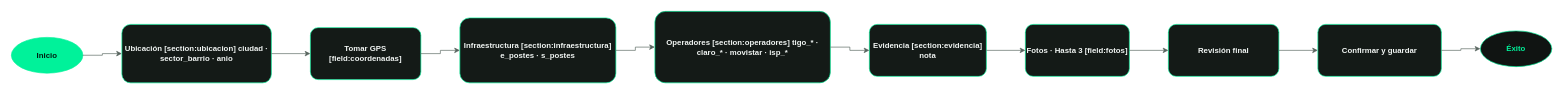
Before: page "Exploración" (2 of 4) of docs/FIBRAZO_Forms_Flujos.drawio in Femacchi12/fibrazo-forms, a draw.io diagram. Source tidied: cells renumbered, new cells numbered last; positions are measured from the earlier drawing's top-left corner, leaving out a move shared by most shapes. Both pictures are drawn from the tidied source at 65%, with x=0, y=0 at pixel (11, 11).
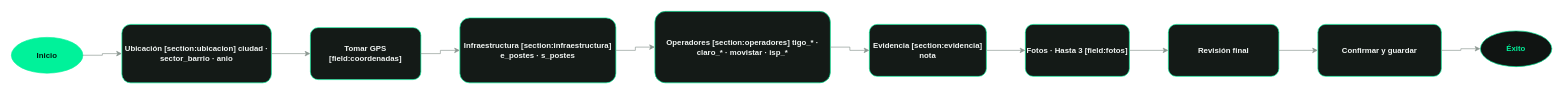
The same page after the edit.

Unchanged cells that the change refers to:
```xml
<mxCell id="2" value="Inicio" style="ellipse;whiteSpace=wrap;html=1;fillColor=#00f29a;strokeColor=#00f29a;fontColor=#001a10;fontStyle=1;" parent="1" vertex="1">
  <mxGeometry y="40" width="110" height="55" as="geometry" />
</mxCell>
<mxCell id="3" value="Ubicación&amp;#xa;[section:ubicacion]&amp;#xa;ciudad · sector_barrio · anio" style="rounded=1;whiteSpace=wrap;html=1;fillColor=#141a17;strokeColor=#00f29a;fontColor=#f3f7f5;fontStyle=1;" parent="1" vertex="1">
  <mxGeometry x="170" y="20" width="230" height="90" as="geometry" />
</mxCell>
<mxCell id="4" value="Tomar GPS&amp;#xa;[field:coordenadas]" style="rounded=1;whiteSpace=wrap;html=1;fillColor=#141a17;strokeColor=#00f29a;fontColor=#f3f7f5;fontStyle=1;" parent="1" vertex="1">
  <mxGeometry x="460" y="25" width="170" height="80" as="geometry" />
</mxCell>
<mxCell id="5" value="Infraestructura&amp;#xa;[section:infraestructura]&amp;#xa;e_postes · s_postes" style="rounded=1;whiteSpace=wrap;html=1;fillColor=#141a17;strokeColor=#00f29a;fontColor=#f3f7f5;fontStyle=1;" parent="1" vertex="1">
  <mxGeometry x="690" y="10" width="240" height="100" as="geometry" />
</mxCell>
<mxCell id="6" value="Operadores&amp;#xa;[section:operadores]&amp;#xa;tigo_* · claro_* · movistar · isp_*" style="rounded=1;whiteSpace=wrap;html=1;fillColor=#141a17;strokeColor=#00f29a;fontColor=#f3f7f5;fontStyle=1;" parent="1" vertex="1">
  <mxGeometry x="990" width="270" height="110" as="geometry" />
</mxCell>
<mxCell id="7" value="Evidencia&amp;#xa;[section:evidencia]&amp;#xa;nota" style="rounded=1;whiteSpace=wrap;html=1;fillColor=#141a17;strokeColor=#00f29a;fontColor=#f3f7f5;fontStyle=1;" parent="1" vertex="1">
  <mxGeometry x="1320" y="20" width="180" height="80" as="geometry" />
</mxCell>
<mxCell id="8" value="Fotos · Hasta 3&amp;#xa;[field:fotos]" style="rounded=1;whiteSpace=wrap;html=1;fillColor=#141a17;strokeColor=#00f29a;fontColor=#f3f7f5;fontStyle=1;" parent="1" vertex="1">
  <mxGeometry x="1560" y="20" width="160" height="80" as="geometry" />
</mxCell>
<mxCell id="9" value="Revisión final" style="rounded=1;whiteSpace=wrap;html=1;fillColor=#141a17;strokeColor=#00f29a;fontColor=#f3f7f5;fontStyle=1;" parent="1" vertex="1">
  <mxGeometry x="1780" y="20" width="170" height="80" as="geometry" />
</mxCell>
<mxCell id="10" value="Confirmar y guardar" style="rounded=1;whiteSpace=wrap;html=1;fillColor=#141a17;strokeColor=#00f29a;fontColor=#f3f7f5;fontStyle=1;" parent="1" vertex="1">
  <mxGeometry x="2010" y="20" width="190" height="80" as="geometry" />
</mxCell>
<mxCell id="11" value="Éxito" style="ellipse;whiteSpace=wrap;html=1;fillColor=#101412;strokeColor=#00f29a;fontColor=#00f29a;fontStyle=1;" parent="1" vertex="1">
  <mxGeometry x="2260" y="30" width="110" height="55" as="geometry" />
</mxCell>
```

What changed in the source:
```diff
@@
-    <mxCell id="12" style="edgeStyle=orthogonalEdgeStyle;rounded=0;jettySize=auto;html=1;strokeColor=#56635d;fontColor=#f3f7f5;" parent="1" edge="1" source="2" target="3">
+    <mxCell id="12" style="edgeStyle=orthogonalEdgeStyle;rounded=0;jettySize=auto;html=1;strokeColor=#8a9690;fontColor=#ffffff;labelBackgroundColor=#101412;labelBorderColor=#56635d;fontStyle=1;" parent="1" edge="1" source="2" target="3">
       <mxGeometry relative="1" as="geometry" />
     </mxCell>
-    <mxCell id="13" style="edgeStyle=orthogonalEdgeStyle;rounded=0;jettySize=auto;html=1;strokeColor=#56635d;fontColor=#f3f7f5;" parent="1" edge="1" source="3" target="4">
+    <mxCell id="13" style="edgeStyle=orthogonalEdgeStyle;rounded=0;jettySize=auto;html=1;strokeColor=#8a9690;fontColor=#ffffff;labelBackgroundColor=#101412;labelBorderColor=#56635d;fontStyle=1;" parent="1" edge="1" source="3" target="4">
       <mxGeometry relative="1" as="geometry" />
     </mxCell>
-    <mxCell id="14" style="edgeStyle=orthogonalEdgeStyle;rounded=0;jettySize=auto;html=1;strokeColor=#56635d;fontColor=#f3f7f5;" parent="1" edge="1" source="4" target="5">
+    <mxCell id="14" style="edgeStyle=orthogonalEdgeStyle;rounded=0;jettySize=auto;html=1;strokeColor=#8a9690;fontColor=#ffffff;labelBackgroundColor=#101412;labelBorderColor=#56635d;fontStyle=1;" parent="1" edge="1" source="4" target="5">
       <mxGeometry relative="1" as="geometry" />
     </mxCell>
-    <mxCell id="15" style="edgeStyle=orthogonalEdgeStyle;rounded=0;jettySize=auto;html=1;strokeColor=#56635d;fontColor=#f3f7f5;" parent="1" edge="1" source="5" target="6">
+    <mxCell id="15" style="edgeStyle=orthogonalEdgeStyle;rounded=0;jettySize=auto;html=1;strokeColor=#8a9690;fontColor=#ffffff;labelBackgroundColor=#101412;labelBorderColor=#56635d;fontStyle=1;" parent="1" edge="1" source="5" target="6">
       <mxGeometry relative="1" as="geometry" />
     </mxCell>
-    <mxCell id="16" style="edgeStyle=orthogonalEdgeStyle;rounded=0;jettySize=auto;html=1;strokeColor=#56635d;fontColor=#f3f7f5;" parent="1" edge="1" source="6" target="7">
+    <mxCell id="16" style="edgeStyle=orthogonalEdgeStyle;rounded=0;jettySize=auto;html=1;strokeColor=#8a9690;fontColor=#ffffff;labelBackgroundColor=#101412;labelBorderColor=#56635d;fontStyle=1;" parent="1" edge="1" source="6" target="7">
       <mxGeometry relative="1" as="geometry" />
     </mxCell>
-    <mxCell id="17" style="edgeStyle=orthogonalEdgeStyle;rounded=0;jettySize=auto;html=1;strokeColor=#56635d;fontColor=#f3f7f5;" parent="1" edge="1" source="7" target="8">
+    <mxCell id="17" style="edgeStyle=orthogonalEdgeStyle;rounded=0;jettySize=auto;html=1;strokeColor=#8a9690;fontColor=#ffffff;labelBackgroundColor=#101412;labelBorderColor=#56635d;fontStyle=1;" parent="1" edge="1" source="7" target="8">
       <mxGeometry relative="1" as="geometry" />
     </mxCell>
-    <mxCell id="18" style="edgeStyle=orthogonalEdgeStyle;rounded=0;jettySize=auto;html=1;strokeColor=#56635d;fontColor=#f3f7f5;" parent="1" edge="1" source="8" target="9">
+    <mxCell id="18" style="edgeStyle=orthogonalEdgeStyle;rounded=0;jettySize=auto;html=1;strokeColor=#8a9690;fontColor=#ffffff;labelBackgroundColor=#101412;labelBorderColor=#56635d;fontStyle=1;" parent="1" edge="1" source="8" target="9">
       <mxGeometry relative="1" as="geometry" />
     </mxCell>
-    <mxCell id="19" style="edgeStyle=orthogonalEdgeStyle;rounded=0;jettySize=auto;html=1;strokeColor=#56635d;fontColor=#f3f7f5;" parent="1" edge="1" source="9" target="10">
+    <mxCell id="19" style="edgeStyle=orthogonalEdgeStyle;rounded=0;jettySize=auto;html=1;strokeColor=#8a9690;fontColor=#ffffff;labelBackgroundColor=#101412;labelBorderColor=#56635d;fontStyle=1;" parent="1" edge="1" source="9" target="10">
       <mxGeometry relative="1" as="geometry" />
     </mxCell>
-    <mxCell id="20" style="edgeStyle=orthogonalEdgeStyle;rounded=0;jettySize=auto;html=1;strokeColor=#56635d;fontColor=#f3f7f5;" parent="1" edge="1" source="10" target="11">
+    <mxCell id="20" style="edgeStyle=orthogonalEdgeStyle;rounded=0;jettySize=auto;html=1;strokeColor=#8a9690;fontColor=#ffffff;labelBackgroundColor=#101412;labelBorderColor=#56635d;fontStyle=1;" parent="1" edge="1" source="10" target="11">
       <mxGeometry relative="1" as="geometry" />
     </mxCell>
```
